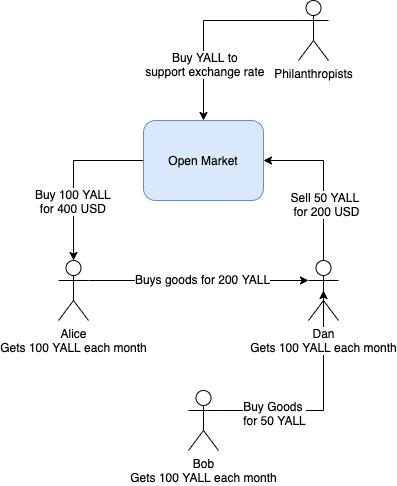
yalland-ubi/yalland-docs keeps this draw.io diagram as images/yalland-4.png. Above is the earlier version. Source tidied: cells renumbered, new cells last; positions are measured from the earlier drawing's top-left corner, leaving out a move shared by most shapes.
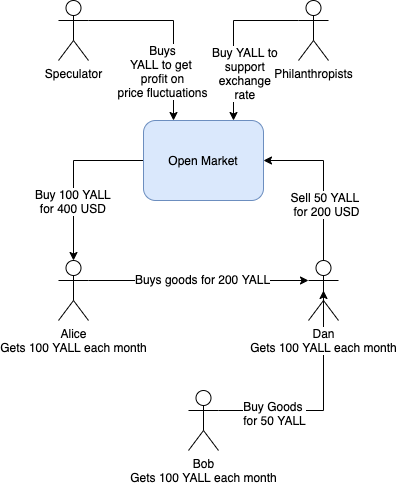
Later version of the same file.

Change to the diagram source:
```diff
@@ -40,14 +40,27 @@
     <mxCell id="13" value="Open Market" style="rounded=1;whiteSpace=wrap;html=1;fillColor=#dae8fc;strokeColor=#6c8ebf;" parent="1" vertex="1">
       <mxGeometry x="85" y="120" width="120" height="80" as="geometry" />
     </mxCell>
-    <mxCell id="14" style="edgeStyle=orthogonalEdgeStyle;rounded=0;jettySize=auto;html=1;exitX=0;exitY=0.3333333333333333;exitDx=0;exitDy=0;exitPerimeter=0;entryX=0.5;entryY=0;entryDx=0;entryDy=0;" parent="1" edge="1" source="16" target="13">
+    <mxCell id="14" style="edgeStyle=orthogonalEdgeStyle;rounded=0;jettySize=auto;html=1;exitX=0;exitY=0.3333333333333333;exitDx=0;exitDy=0;exitPerimeter=0;entryX=0.75;entryY=0;entryDx=0;entryDy=0;" parent="1" edge="1" source="16" target="13">
       <mxGeometry relative="1" as="geometry" />
     </mxCell>
-    <mxCell id="15" value="Buy YALL to &lt;br&gt;support exchange rate&amp;nbsp;" style="text;html=1;align=center;verticalAlign=middle;labelBackgroundColor=#ffffff;" parent="14" vertex="1">
-      <mxGeometry x="0.42" y="2" relative="1" as="geometry" />
+    <mxCell id="15" value="Buy YALL to &lt;br&gt;support &lt;br&gt;exchange &lt;br&gt;rate&amp;nbsp;" style="text;html=1;align=center;verticalAlign=middle;labelBackgroundColor=#ffffff;" parent="14" vertex="1">
+      <mxGeometry x="0.42" y="2" relative="1" as="geometry">
+        <mxPoint x="10" as="offset" />
+      </mxGeometry>
     </mxCell>
     <mxCell id="16" value="Philanthropists" style="shape=umlActor;verticalLabelPosition=bottom;labelBackgroundColor=#ffffff;verticalAlign=top;html=1;outlineConnect=0;" parent="1" vertex="1">
       <mxGeometry x="240" width="30" height="60" as="geometry" />
     </mxCell>
+    <mxCell id="17" style="edgeStyle=orthogonalEdgeStyle;rounded=0;jettySize=auto;html=1;exitX=1;exitY=0.3333333333333333;exitDx=0;exitDy=0;exitPerimeter=0;entryX=0.25;entryY=0;entryDx=0;entryDy=0;" parent="1" edge="1" source="19" target="13">
+      <mxGeometry relative="1" as="geometry" />
+    </mxCell>
+    <mxCell id="18" value="Buys&lt;br&gt;YALL to get &lt;br&gt;profit on&lt;br&gt;price fluctuations" style="text;html=1;align=center;verticalAlign=middle;labelBackgroundColor=#ffffff;" parent="17" vertex="1">
+      <mxGeometry x="-0.39" y="-2" relative="1" as="geometry">
+        <mxPoint x="17" y="48" as="offset" />
+      </mxGeometry>
+    </mxCell>
+    <mxCell id="19" value="Speculator" style="shape=umlActor;verticalLabelPosition=bottom;labelBackgroundColor=#ffffff;verticalAlign=top;html=1;outlineConnect=0;" parent="1" vertex="1">
+      <mxGeometry width="30" height="60" as="geometry" />
+    </mxCell>
   </root>
 </mxGraphModel>
```
